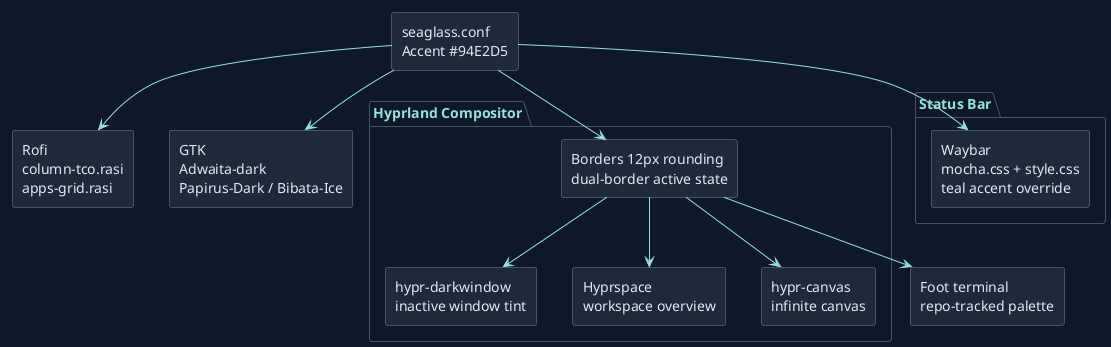
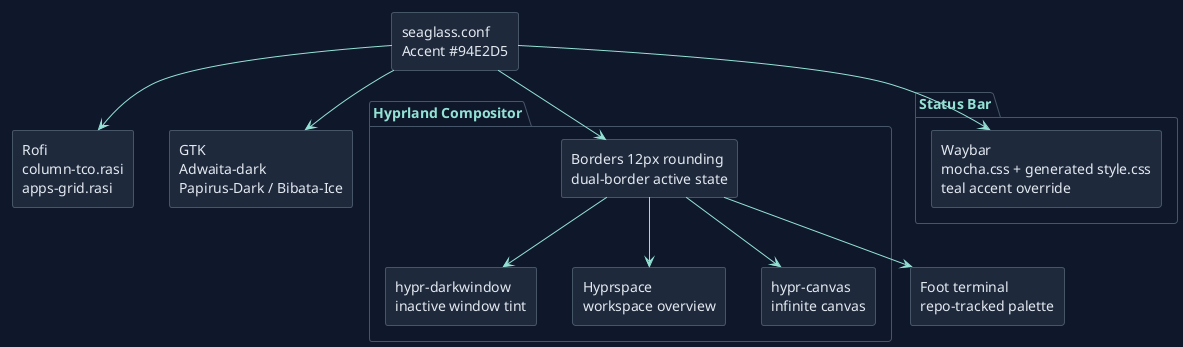
@startuml theme-flow
!theme plain
skinparam backgroundColor #0f172a
skinparam defaultFontColor #e2e8f0
skinparam arrowColor #94e2d5
skinparam borderColor #475569
skinparam shadowing false

skinparam rectangle {
  BackgroundColor #1e293b
  BorderColor #475569
  FontColor #e2e8f0
}
skinparam package {
  BackgroundColor #0f172a
  BorderColor #475569
  FontColor #94e2d5
}

rectangle "seaglass.conf\nAccent #94E2D5" as theme

package "Hyprland Compositor" {
  rectangle "Borders 12px rounding\ndual-border active state" as borders
  rectangle "hypr-darkwindow\ninactive window tint" as dw
  rectangle "Hyprspace\nworkspace overview" as hs
  rectangle "hypr-canvas\ninfinite canvas" as hc
}

package "Status Bar" {
-   rectangle "Waybar\nmocha.css + style.css\nteal accent override" as waybar
+   rectangle "Waybar\nmocha.css + generated style.css\nteal accent override" as waybar
}

rectangle "Rofi\ncolumn-tco.rasi\napps-grid.rasi" as rofi
rectangle "Foot terminal\nrepo-tracked palette" as foot
rectangle "GTK\nAdwaita-dark\nPapirus-Dark / Bibata-Ice" as gtk

theme --> borders
theme --> waybar
theme --> rofi
theme --> gtk
borders --> dw
borders --> hs
borders --> hc
borders --> foot

@enduml
